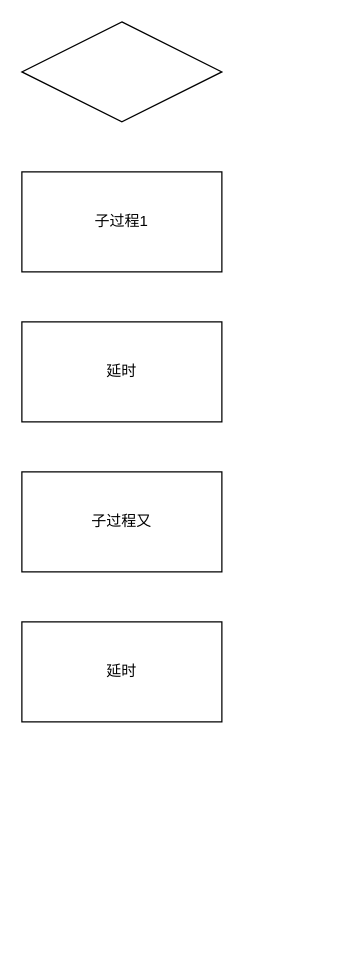
This is Untitled Diagram.drawio from NengzhiWang/Git-Test-SES-Spring, a draw.io file, before an edit. Source tidied: cells renumbered, new cells numbered last; positions are measured from the earlier drawing's top-left corner, leaving out a move shared by most shapes. Both pictures are drawn from the tidied source at 125%, with x=0, y=0 at pixel (21, 21).
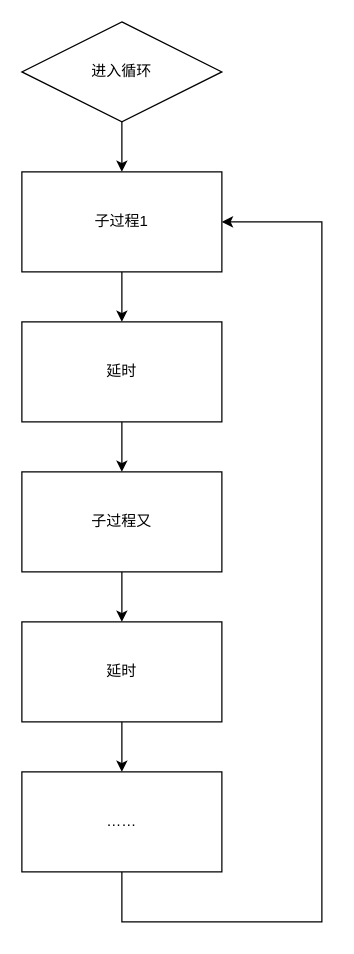
The same page after the edit.

Change to the diagram source:
```diff
@@
 <mxGraphModel>
   <root>
     <mxCell id="0" />
     <mxCell id="1" parent="0" />
+    <mxCell id="7" value="……" style="whiteSpace=wrap;html=1;" parent="1" vertex="1">
+      <mxGeometry y="600" width="160" height="80" as="geometry" />
+    </mxCell>
     <mxCell id="2" value="子过程1" style="rounded=0;whiteSpace=wrap;html=1;" parent="1" vertex="1">
       <mxGeometry y="120" width="160" height="80" as="geometry" />
     </mxCell>
+    <mxCell id="8" style="edgeStyle=orthogonalEdgeStyle;rounded=0;jettySize=auto;html=1;" parent="1" edge="1" source="3" target="2">
+      <mxGeometry relative="1" as="geometry" />
+    </mxCell>
-    <mxCell id="3" style="rhombus;whiteSpace=wrap;html=1;" parent="1" vertex="1">
+    <mxCell id="3" value="进入循环" style="rhombus;whiteSpace=wrap;html=1;" parent="1" vertex="1">
       <mxGeometry width="160" height="80" as="geometry" />
     </mxCell>
+    <mxCell id="9" style="edgeStyle=orthogonalEdgeStyle;rounded=0;jettySize=auto;html=1;" parent="1" edge="1" source="4" target="5">
+      <mxGeometry relative="1" as="geometry" />
+    </mxCell>
     <mxCell id="4" value="延时" style="rounded=0;whiteSpace=wrap;html=1;" parent="1" vertex="1">
       <mxGeometry y="240" width="160" height="80" as="geometry" />
     </mxCell>
+    <mxCell id="10" style="edgeStyle=orthogonalEdgeStyle;rounded=0;jettySize=auto;html=1;" parent="1" edge="1" source="5" target="6">
+      <mxGeometry relative="1" as="geometry" />
+    </mxCell>
     <mxCell id="5" value="子过程又" style="whiteSpace=wrap;html=1;" parent="1" vertex="1">
       <mxGeometry y="360" width="160" height="80" as="geometry" />
     </mxCell>
+    <mxCell id="11" style="edgeStyle=orthogonalEdgeStyle;rounded=0;jettySize=auto;html=1;entryX=1;entryY=0.5;entryDx=0;entryDy=0;exitX=0.5;exitY=1;exitDx=0;exitDy=0;" parent="1" edge="1" source="7" target="2">
+      <mxGeometry relative="1" as="geometry">
+        <Array as="points">
+          <mxPoint x="80" y="720" />
+          <mxPoint x="240" y="720" />
+          <mxPoint x="240" y="160" />
+        </Array>
+      </mxGeometry>
+    </mxCell>
+    <mxCell id="12" style="edgeStyle=orthogonalEdgeStyle;rounded=0;jettySize=auto;html=1;" parent="1" edge="1" source="6" target="7">
+      <mxGeometry relative="1" as="geometry" />
+    </mxCell>
     <mxCell id="6" value="延时" style="whiteSpace=wrap;html=1;" parent="1" vertex="1">
       <mxGeometry y="480" width="160" height="80" as="geometry" />
     </mxCell>
+    <mxCell id="13" style="endArrow=classic;html=1;exitX=0.5;exitY=1;exitDx=0;exitDy=0;entryX=0.5;entryY=0;entryDx=0;entryDy=0;" parent="1" edge="1" source="2" target="4">
+      <mxGeometry relative="1" as="geometry" />
+    </mxCell>
   </root>
 </mxGraphModel>
```
